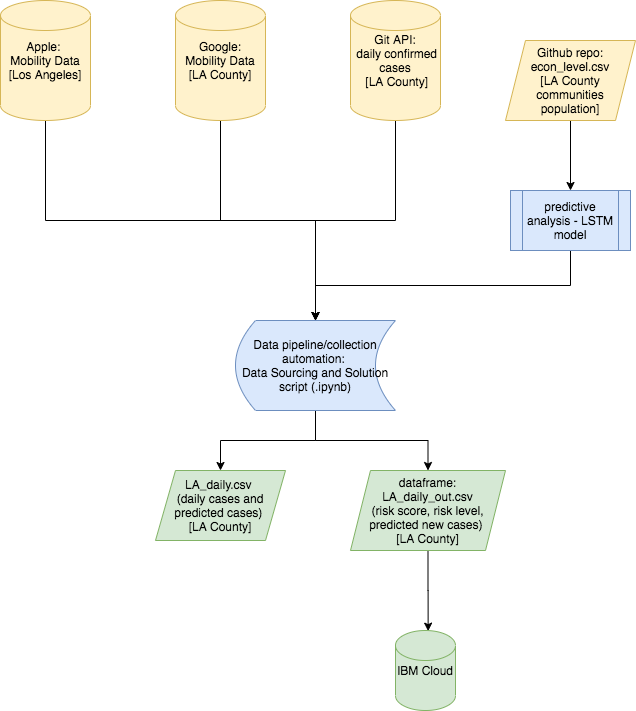
This is Risk-Score-UMich-Workflow.png from skasralikar/Risk-Score-1-UMichZJU, a draw.io export, as it was before one commit. Source tidied: cells renumbered, new cells last; positions are measured from the earlier drawing's top-left corner, leaving out a move shared by most shapes.
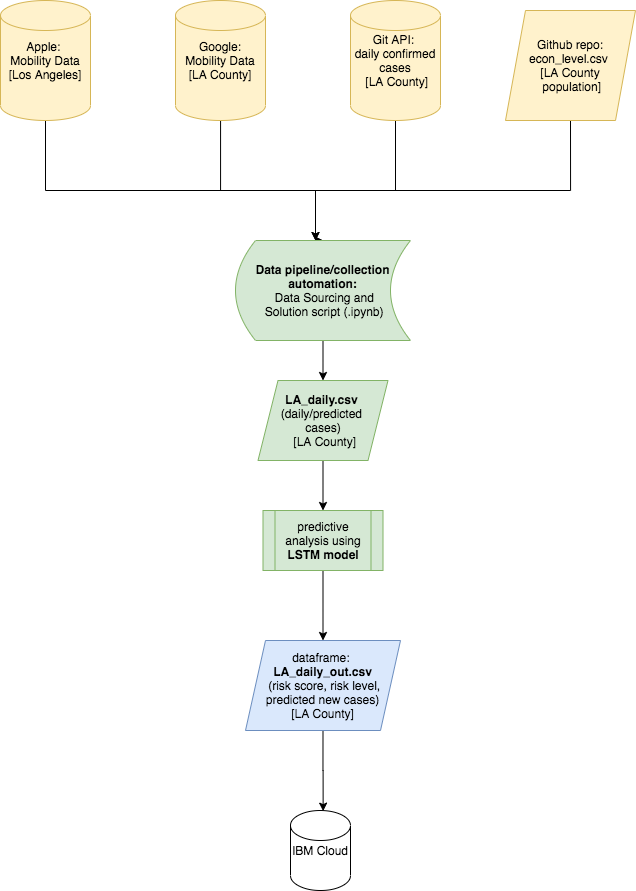
After the change.

Commit message:
finalized workflow

Diff of the diagram source:
```diff
@@ -3,16 +3,21 @@
     <mxCell id="0" />
     <mxCell id="1" parent="0" />
     <mxCell id="2" style="edgeStyle=orthogonalEdgeStyle;rounded=0;jettySize=auto;html=1;entryX=0.5;entryY=0;entryDx=0;entryDy=0;" parent="1" edge="1" source="3" target="10">
-      <mxGeometry relative="1" as="geometry" />
+      <mxGeometry relative="1" as="geometry">
+        <Array as="points">
+          <mxPoint x="395" y="190" />
+          <mxPoint x="315" y="190" />
+        </Array>
+      </mxGeometry>
     </mxCell>
-    <mxCell id="3" value="&lt;div&gt;&lt;span&gt;Git API:&lt;/span&gt;&lt;/div&gt;&lt;div&gt;&lt;span&gt;&amp;nbsp;daily confirmed cases&lt;/span&gt;&lt;/div&gt;&lt;div&gt;&lt;span&gt;&amp;nbsp;[LA County]&lt;/span&gt;&lt;/div&gt;" style="shape=cylinder2;whiteSpace=wrap;html=1;boundedLbl=1;backgroundOutline=1;size=15;align=center;fillColor=#fff2cc;strokeColor=#d6b656;" parent="1" vertex="1">
+    <mxCell id="3" value="&lt;div&gt;&lt;span&gt;Git API:&amp;nbsp;&lt;/span&gt;&lt;/div&gt;&lt;div&gt;&lt;span&gt;daily confirmed cases&lt;/span&gt;&lt;/div&gt;&lt;div&gt;&lt;span&gt;&amp;nbsp;[LA County]&lt;/span&gt;&lt;/div&gt;" style="shape=cylinder2;whiteSpace=wrap;html=1;boundedLbl=1;backgroundOutline=1;size=15;align=center;fillColor=#fff2cc;strokeColor=#d6b656;" parent="1" vertex="1">
       <mxGeometry x="350" width="90" height="120" as="geometry" />
     </mxCell>
     <mxCell id="4" style="edgeStyle=orthogonalEdgeStyle;rounded=0;jettySize=auto;html=1;" parent="1" edge="1" source="5" target="10">
       <mxGeometry relative="1" as="geometry">
         <Array as="points">
-          <mxPoint x="45" y="220" />
-          <mxPoint x="315" y="220" />
+          <mxPoint x="45" y="190" />
+          <mxPoint x="315" y="190" />
         </Array>
       </mxGeometry>
     </mxCell>
@@ -20,7 +25,12 @@
       <mxGeometry width="90" height="120" as="geometry" />
     </mxCell>
     <mxCell id="6" style="edgeStyle=orthogonalEdgeStyle;rounded=0;jettySize=auto;html=1;entryX=0.5;entryY=0;entryDx=0;entryDy=0;" parent="1" edge="1" source="7" target="10">
-      <mxGeometry relative="1" as="geometry" />
+      <mxGeometry relative="1" as="geometry">
+        <Array as="points">
+          <mxPoint x="220" y="190" />
+          <mxPoint x="315" y="190" />
+        </Array>
+      </mxGeometry>
     </mxCell>
     <mxCell id="7" value="Google:&lt;br&gt;Mobility Data [LA County]" style="shape=cylinder2;whiteSpace=wrap;html=1;boundedLbl=1;backgroundOutline=1;size=15;fillColor=#fff2cc;strokeColor=#d6b656;" parent="1" vertex="1">
       <mxGeometry x="175" width="90" height="120" as="geometry" />
@@ -28,35 +38,40 @@
     <mxCell id="8" style="edgeStyle=orthogonalEdgeStyle;rounded=0;jettySize=auto;html=1;exitX=0.5;exitY=1;exitDx=0;exitDy=0;entryX=0.5;entryY=0;entryDx=0;entryDy=0;" parent="1" edge="1" source="10" target="13">
       <mxGeometry relative="1" as="geometry" />
     </mxCell>
-    <mxCell id="9" style="edgeStyle=orthogonalEdgeStyle;rounded=0;jettySize=auto;html=1;exitX=0.5;exitY=1;exitDx=0;exitDy=0;entryX=0.5;entryY=0;entryDx=0;entryDy=0;" parent="1" edge="1" source="10" target="17">
-      <mxGeometry relative="1" as="geometry" />
-    </mxCell>
-    <mxCell id="10" value="&lt;span&gt;Data pipeline/collection automation: &lt;br&gt;Data Sourcing and Solution script (.ipynb)&lt;/span&gt;" style="shape=dataStorage;whiteSpace=wrap;html=1;fixedSize=1;fillColor=#dae8fc;strokeColor=#6c8ebf;" parent="1" vertex="1">
-      <mxGeometry x="235" y="320" width="160" height="90" as="geometry" />
+    <mxCell id="10" value="&lt;span&gt;&lt;b&gt;Data pipeline/collection automation:&lt;/b&gt;&lt;br&gt;&amp;nbsp;Data Sourcing and&lt;br&gt;&amp;nbsp;Solution script (.ipynb)&lt;/span&gt;" style="shape=dataStorage;whiteSpace=wrap;html=1;fixedSize=1;fillColor=#d5e8d4;strokeColor=#82b366;" parent="1" vertex="1">
+      <mxGeometry x="235" y="240" width="175" height="100" as="geometry" />
     </mxCell>
-    <mxCell id="11" style="edgeStyle=orthogonalEdgeStyle;rounded=0;jettySize=auto;html=1;entryX=0.5;entryY=0;entryDx=0;entryDy=0;" parent="1" edge="1" source="12" target="15">
-      <mxGeometry relative="1" as="geometry" />
-    </mxCell>
+    <mxCell id="19" style="edgeStyle=orthogonalEdgeStyle;rounded=0;jettySize=auto;html=1;exitX=0.5;exitY=1;exitDx=0;exitDy=0;" parent="1" edge="1" source="12" target="10">
+      <mxGeometry relative="1" as="geometry">
+        <Array as="points">
+          <mxPoint x="570" y="190" />
+          <mxPoint x="315" y="190" />
+        </Array>
+      </mxGeometry>
+    </mxCell>
-    <mxCell id="12" value="Github repo:&lt;br&gt;&amp;nbsp;econ_level.csv &lt;br&gt;[LA County communities population]" style="shape=parallelogram;perimeter=parallelogramPerimeter;whiteSpace=wrap;html=1;fixedSize=1;fillColor=#fff2cc;strokeColor=#d6b656;" parent="1" vertex="1">
-      <mxGeometry x="505" y="40" width="130" height="80" as="geometry" />
+    <mxCell id="12" value="Github repo: econ_level.csv &lt;br&gt;[LA County&lt;br&gt;&amp;nbsp;population]" style="shape=parallelogram;perimeter=parallelogramPerimeter;whiteSpace=wrap;html=1;fixedSize=1;fillColor=#fff2cc;strokeColor=#d6b656;" parent="1" vertex="1">
+      <mxGeometry x="505" y="10" width="130" height="110" as="geometry" />
     </mxCell>
+    <mxCell id="20" style="edgeStyle=orthogonalEdgeStyle;rounded=0;jettySize=auto;html=1;" parent="1" edge="1" source="13" target="15">
+      <mxGeometry relative="1" as="geometry" />
+    </mxCell>
-    <mxCell id="13" value="LA_daily.csv &lt;br&gt;(daily cases and predicted cases) &lt;br&gt;[LA County]" style="shape=parallelogram;perimeter=parallelogramPerimeter;whiteSpace=wrap;html=1;fixedSize=1;fillColor=#d5e8d4;strokeColor=#82b366;" parent="1" vertex="1">
-      <mxGeometry x="155" y="470" width="130" height="70" as="geometry" />
+    <mxCell id="13" value="&lt;b&gt;LA_daily.csv &lt;br&gt;&lt;/b&gt;(daily/predicted &lt;br&gt;cases)&lt;br&gt;&amp;nbsp;[LA County]" style="shape=parallelogram;perimeter=parallelogramPerimeter;whiteSpace=wrap;html=1;fixedSize=1;fillColor=#d5e8d4;strokeColor=#82b366;" parent="1" vertex="1">
+      <mxGeometry x="257.5" y="380" width="130" height="80" as="geometry" />
     </mxCell>
-    <mxCell id="14" style="edgeStyle=orthogonalEdgeStyle;rounded=0;jettySize=auto;html=1;exitX=0.5;exitY=1;exitDx=0;exitDy=0;entryX=0.5;entryY=0;entryDx=0;entryDy=0;" parent="1" edge="1" source="15" target="10">
-      <mxGeometry relative="1" as="geometry" />
-    </mxCell>
+    <mxCell id="21" style="edgeStyle=orthogonalEdgeStyle;rounded=0;jettySize=auto;html=1;exitX=0.5;exitY=1;exitDx=0;exitDy=0;entryX=0.5;entryY=0;entryDx=0;entryDy=0;" parent="1" edge="1" source="15" target="17">
+      <mxGeometry relative="1" as="geometry" />
+    </mxCell>
-    <mxCell id="15" value="predictive analysis - LSTM model" style="shape=process;backgroundOutline=1;fillColor=#dae8fc;strokeColor=#6c8ebf;whiteSpace=wrap;html=1;" parent="1" vertex="1">
-      <mxGeometry x="510" y="190" width="120" height="60" as="geometry" />
+    <mxCell id="15" value="predictive analysis using &lt;b&gt;LSTM model&lt;/b&gt;" style="shape=process;whiteSpace=wrap;html=1;backgroundOutline=1;fillColor=#d5e8d4;strokeColor=#82b366;" parent="1" vertex="1">
+      <mxGeometry x="262.5" y="510" width="120" height="60" as="geometry" />
     </mxCell>
     <mxCell id="16" style="edgeStyle=orthogonalEdgeStyle;rounded=0;jettySize=auto;html=1;exitX=0.5;exitY=1;exitDx=0;exitDy=0;entryX=0.544;entryY=0.008;entryDx=0;entryDy=0;entryPerimeter=0;" parent="1" edge="1" source="17" target="18">
       <mxGeometry relative="1" as="geometry" />
     </mxCell>
-    <mxCell id="17" value="dataframe:&lt;br&gt;&amp;nbsp;LA_daily_out.csv &lt;br&gt;(risk score, risk level, predicted new cases) &lt;br&gt;[LA County]" style="shape=parallelogram;perimeter=parallelogramPerimeter;whiteSpace=wrap;html=1;fixedSize=1;fillColor=#d5e8d4;strokeColor=#82b366;" parent="1" vertex="1">
-      <mxGeometry x="350" y="470" width="155" height="80" as="geometry" />
+    <mxCell id="17" value="dataframe: &lt;br&gt;&lt;b&gt;LA_daily_out.csv&lt;br&gt;&lt;/b&gt;&amp;nbsp;(risk score, risk level, predicted new cases)&lt;br&gt;[LA County]" style="shape=parallelogram;perimeter=parallelogramPerimeter;whiteSpace=wrap;html=1;fixedSize=1;fillColor=#dae8fc;strokeColor=#6c8ebf;" parent="1" vertex="1">
+      <mxGeometry x="245" y="640" width="155" height="90" as="geometry" />
     </mxCell>
-    <mxCell id="18" value="IBM Cloud" style="shape=cylinder2;whiteSpace=wrap;html=1;boundedLbl=1;backgroundOutline=1;size=15;fillColor=#d5e8d4;strokeColor=#82b366;" parent="1" vertex="1">
-      <mxGeometry x="395" y="630" width="60" height="80" as="geometry" />
+    <mxCell id="18" value="IBM Cloud" style="shape=cylinder2;whiteSpace=wrap;html=1;boundedLbl=1;backgroundOutline=1;size=15;" parent="1" vertex="1">
+      <mxGeometry x="290" y="810" width="60" height="80" as="geometry" />
     </mxCell>
   </root>
 </mxGraphModel>
```
